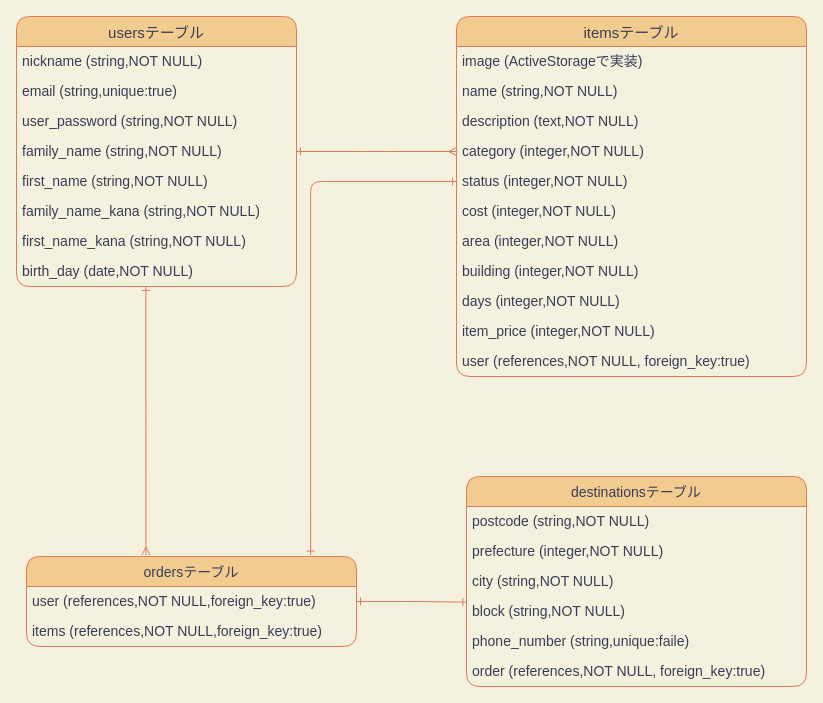
This is furima.dio from reina-017/furima-32397, a draw.io file, before an edit. Source tidied: cells renumbered, new cells numbered last; positions are measured from the earlier drawing's top-left corner, leaving out a move shared by most shapes. Both pictures are drawn from the tidied source at 100%, with x=0, y=0 at pixel (16, 16).
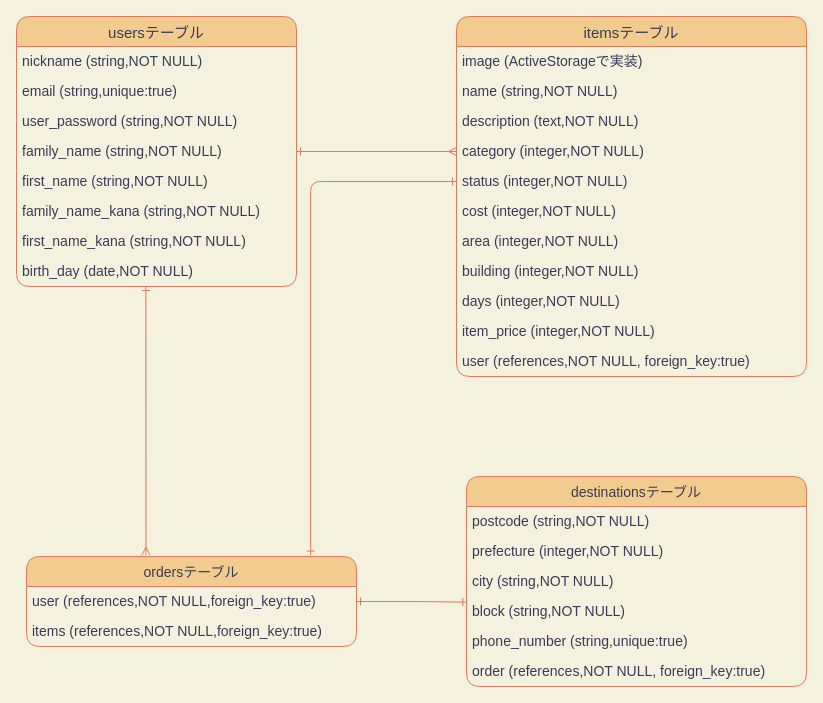
The same diagram, later.

Unchanged cells that the change refers to:
```xml
<mxCell id="25" value="destinationsテーブル" style="swimlane;fontStyle=0;horizontal=1;startSize=30;align=center;fontSize=14;rotation=0;rounded=1;fillColor=#F2CC8F;strokeColor=#E07A5F;fontColor=#393C56;" parent="1" vertex="1">
  <mxGeometry x="450" y="460" width="340" height="210" as="geometry" />
</mxCell>
```

What changed in the source:
```diff
@@
-    <mxCell id="30" value="phone_number (string,unique:faile)" style="text;strokeColor=none;fillColor=none;spacingLeft=4;spacingRight=4;overflow=hidden;fontSize=14;rotation=0;rounded=1;fontColor=#393C56;" parent="25" vertex="1">
+    <mxCell id="30" value="phone_number (string,unique:true)" style="text;strokeColor=none;fillColor=none;spacingLeft=4;spacingRight=4;overflow=hidden;fontSize=14;rotation=0;rounded=1;fontColor=#393C56;" parent="25" vertex="1">
       <mxGeometry y="150" width="340" height="30" as="geometry" />
     </mxCell>
```
